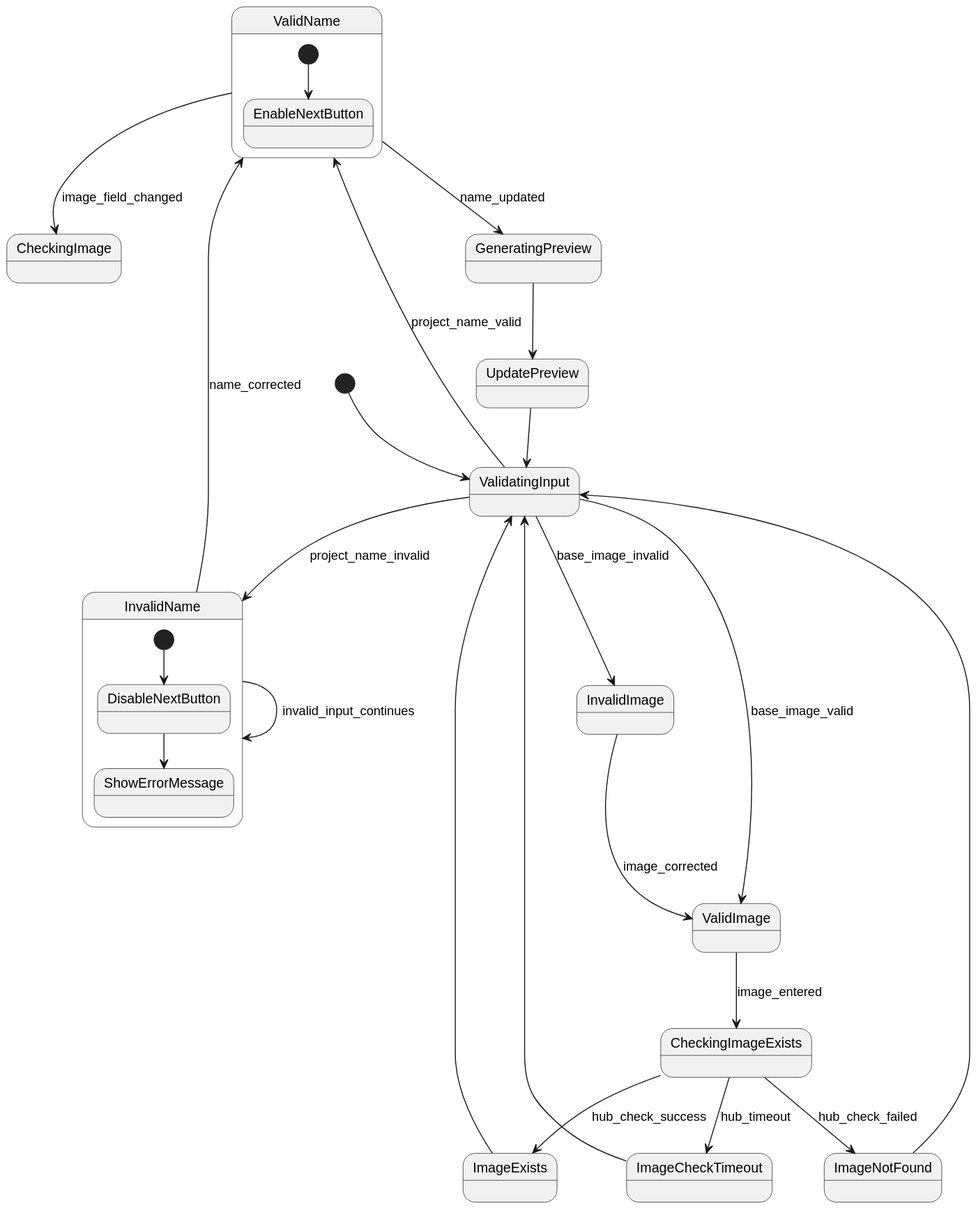
Above: context/plans/gui/screens/sc-3/figures/sc3/input-validation-state-machine.svg in igamenovoer/PeiDocker (PlantUML), before the change. The source it was exported from:
```plantuml
@startuml
[*] --> ValidatingInput
ValidatingInput --> ValidName : project_name_valid
ValidatingInput --> InvalidName : project_name_invalid
ValidatingInput --> ValidImage : base_image_valid
ValidatingInput --> InvalidImage : base_image_invalid

ValidName --> CheckingImage : image_field_changed
ValidName --> GeneratingPreview : name_updated

InvalidName --> ValidName : name_corrected
InvalidName --> InvalidName : invalid_input_continues

ValidImage --> CheckingImageExists : image_entered
InvalidImage --> ValidImage : image_corrected

CheckingImageExists --> ImageExists : hub_check_success
CheckingImageExists --> ImageNotFound : hub_check_failed
CheckingImageExists --> ImageCheckTimeout : hub_timeout

ImageExists --> ValidatingInput
ImageNotFound --> ValidatingInput
ImageCheckTimeout --> ValidatingInput

GeneratingPreview --> UpdatePreview
UpdatePreview --> ValidatingInput

state ValidName {
  [*] --> EnableNextButton
}

state InvalidName {
  [*] --> DisableNextButton
  DisableNextButton --> ShowErrorMessage
}
@enduml
```
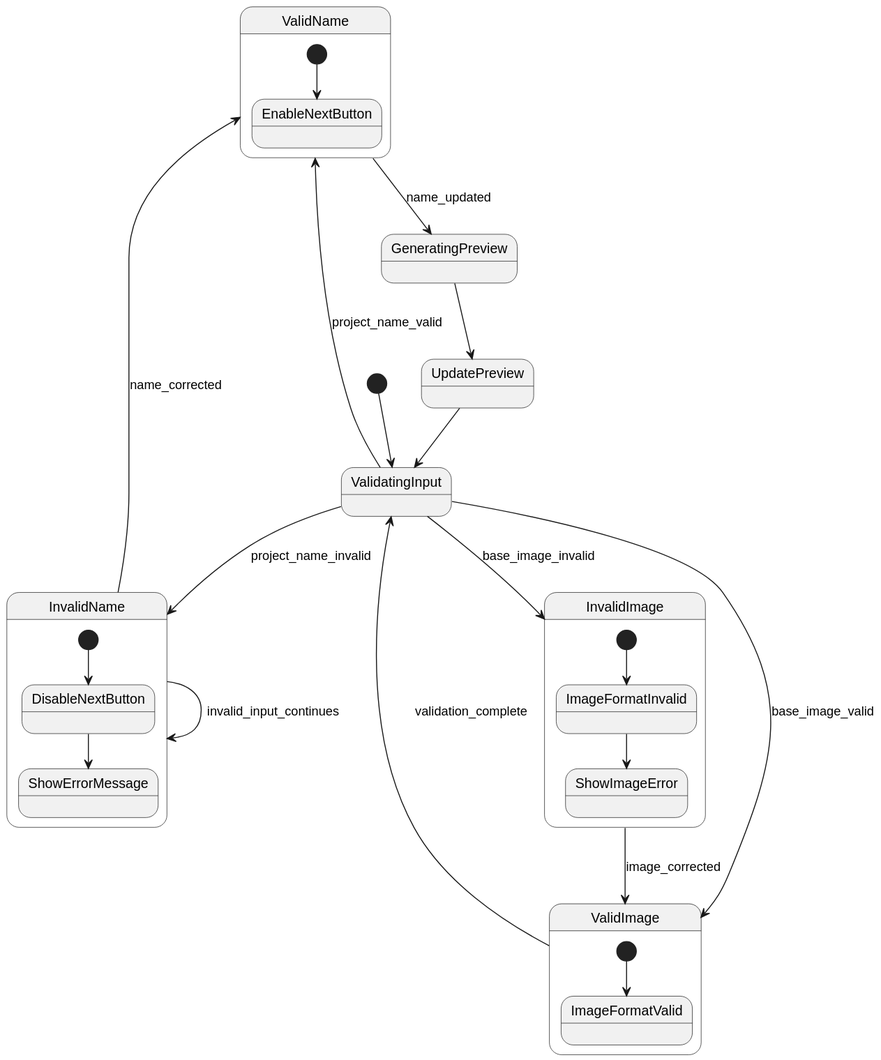
Above is the later version.

Diff of the diagram source:
```diff
@@ -5,22 +5,12 @@
 ValidatingInput --> ValidImage : base_image_valid
 ValidatingInput --> InvalidImage : base_image_invalid
 
-ValidName --> CheckingImage : image_field_changed
 ValidName --> GeneratingPreview : name_updated
-
 InvalidName --> ValidName : name_corrected
 InvalidName --> InvalidName : invalid_input_continues
 
-ValidImage --> CheckingImageExists : image_entered
+ValidImage --> ValidatingInput : validation_complete
 InvalidImage --> ValidImage : image_corrected
-
-CheckingImageExists --> ImageExists : hub_check_success
-CheckingImageExists --> ImageNotFound : hub_check_failed
-CheckingImageExists --> ImageCheckTimeout : hub_timeout
-
-ImageExists --> ValidatingInput
-ImageNotFound --> ValidatingInput
-ImageCheckTimeout --> ValidatingInput
 
 GeneratingPreview --> UpdatePreview
 UpdatePreview --> ValidatingInput
@@ -33,4 +23,13 @@
   [*] --> DisableNextButton
   DisableNextButton --> ShowErrorMessage
 }
+
+state ValidImage {
+  [*] --> ImageFormatValid
+}
+
+state InvalidImage {
+  [*] --> ImageFormatInvalid
+  ImageFormatInvalid --> ShowImageError
+}
 @enduml
```
